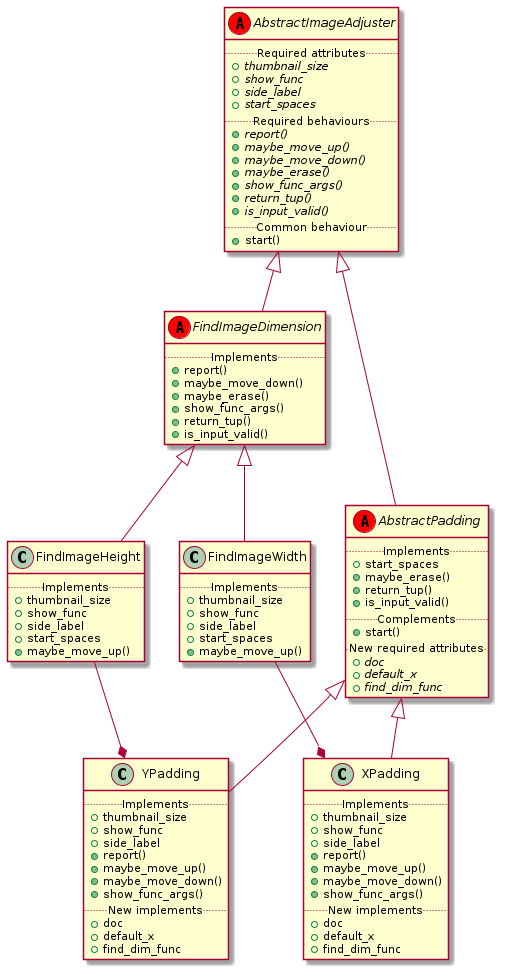
Before: puml/classes/render/image_adjuster.png, a diagram exported from PlantUML (akazukin5151/koneko).
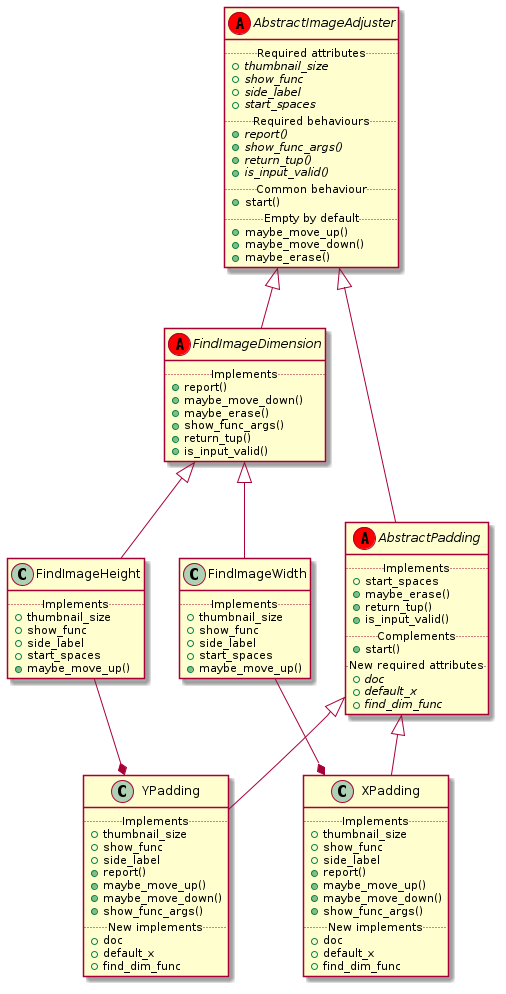
Above is the later version.

Commit message:
Move maybe methods in image_adjuster puml to their own section

Diff of the diagram source:
```diff
@@ -8,14 +8,15 @@
     + {abstract} start_spaces
     ..Required behaviours..
     +{abstract}report()
-    +{abstract}maybe_move_up()
-    +{abstract}maybe_move_down()
-    +{abstract}maybe_erase()
     +{abstract}show_func_args()
     +{abstract}return_tup()
     +{abstract}is_input_valid()
     ..Common behaviour..
     +start()
+    ..Empty by default..
+    +maybe_move_up()
+    +maybe_move_down()
+    +maybe_erase()
 }
 
 abstract class AbstractPadding <<(A, red)>>{
```
